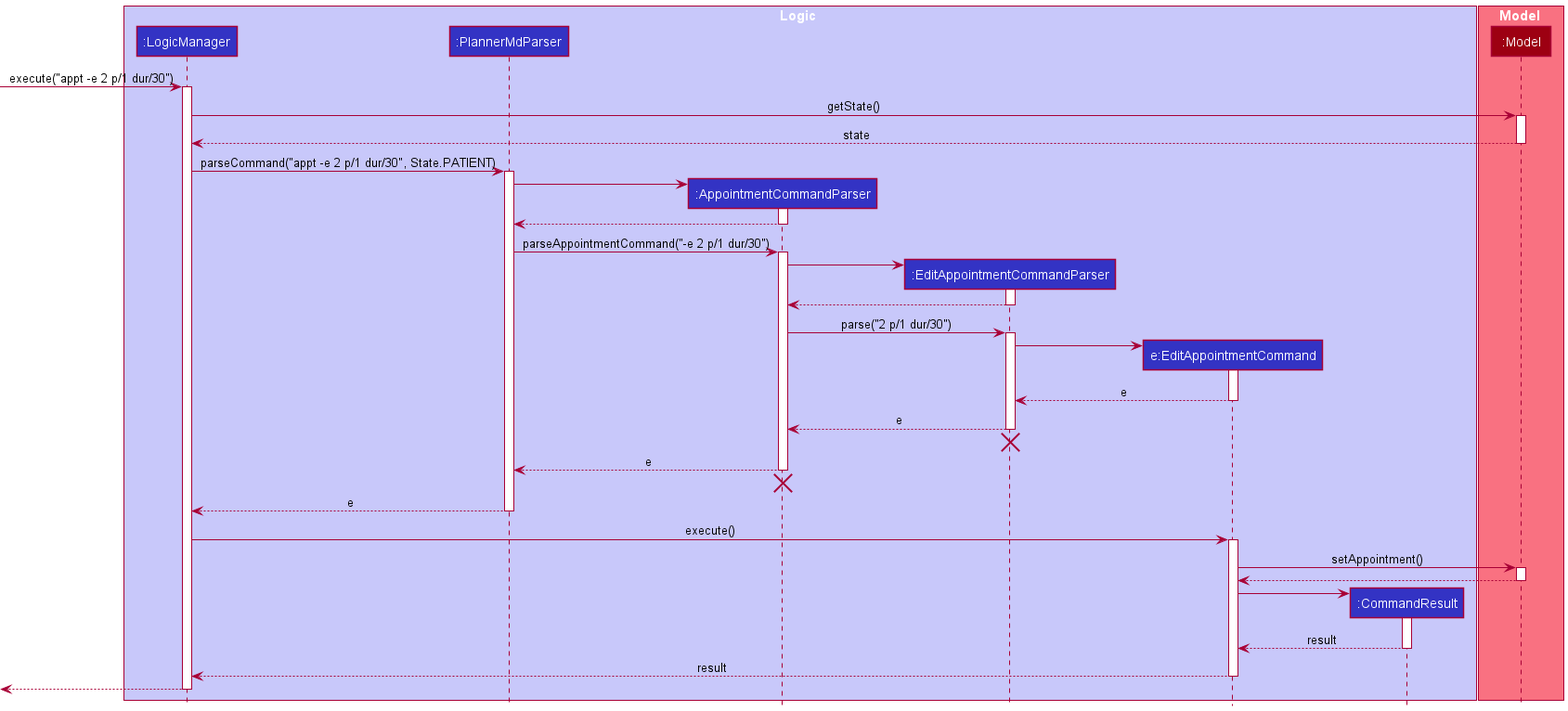
nus-cs2103-AY2122S1/tp keeps this PlantUML diagram as docs/images/EditAppointmentSequenceDiagram.png. Above is the earlier version. Its diagram source:
```plantuml
@startuml
!include style.puml

box Logic LOGIC_COLOR_T1
participant ":LogicManager" as LogicManager LOGIC_COLOR
participant ":PlannerMdParser" as PlannerMdParser LOGIC_COLOR
participant ":AppointmentCommandParser" as AppointmentCommandParser LOGIC_COLOR
participant ":EditAppointmentCommandParser" as EditAppointmentCommandParser LOGIC_COLOR
participant "e:EditAppointmentCommand" as EditAppointmentCommand LOGIC_COLOR
participant ":CommandResult" as CommandResult LOGIC_COLOR
end box

box Model MODEL_COLOR_T1
participant ":Model" as Model MODEL_COLOR
end box

[-> LogicManager : execute("appt -e 2 p/1 dur/30")
activate LogicManager

LogicManager -> Model : getState()
activate Model

Model --> LogicManager : state
deactivate Model

LogicManager -> PlannerMdParser : parseCommand("appt -e 2 p/1 dur/30", State.PATIENT)
activate PlannerMdParser

create AppointmentCommandParser
PlannerMdParser -> AppointmentCommandParser
activate AppointmentCommandParser

AppointmentCommandParser --> PlannerMdParser
deactivate AppointmentCommandParser

PlannerMdParser -> AppointmentCommandParser : parseAppointmentCommand("-e 2 p/1 dur/30")
activate AppointmentCommandParser

create EditAppointmentCommandParser
AppointmentCommandParser -> EditAppointmentCommandParser
activate EditAppointmentCommandParser

EditAppointmentCommandParser --> AppointmentCommandParser
deactivate EditAppointmentCommandParser

AppointmentCommandParser -> EditAppointmentCommandParser : parse("2 p/1 dur/30")
activate EditAppointmentCommandParser

create EditAppointmentCommand
EditAppointmentCommandParser -> EditAppointmentCommand
activate EditAppointmentCommand

EditAppointmentCommand --> EditAppointmentCommandParser : e
deactivate EditAppointmentCommand

EditAppointmentCommandParser --> AppointmentCommandParser : e
deactivate EditAppointmentCommandParser
EditAppointmentCommandParser -[hidden]-> AppointmentCommandParser
destroy EditAppointmentCommandParser

AppointmentCommandParser --> PlannerMdParser : e
deactivate AppointmentCommandParser
AppointmentCommandParser -[hidden]-> PlannerMdParser
destroy AppointmentCommandParser

PlannerMdParser --> LogicManager : e
deactivate PlannerMdParser

LogicManager -> EditAppointmentCommand : execute()
activate EditAppointmentCommand

EditAppointmentCommand -> Model : setAppointment()
activate Model

Model --> EditAppointmentCommand
deactivate Model

create CommandResult
EditAppointmentCommand -> CommandResult
activate CommandResult

CommandResult --> EditAppointmentCommand : result
deactivate CommandResult

EditAppointmentCommand --> LogicManager : result
deactivate EditAppointmentCommand

[<--LogicManager
deactivate LogicManager

@enduml
```
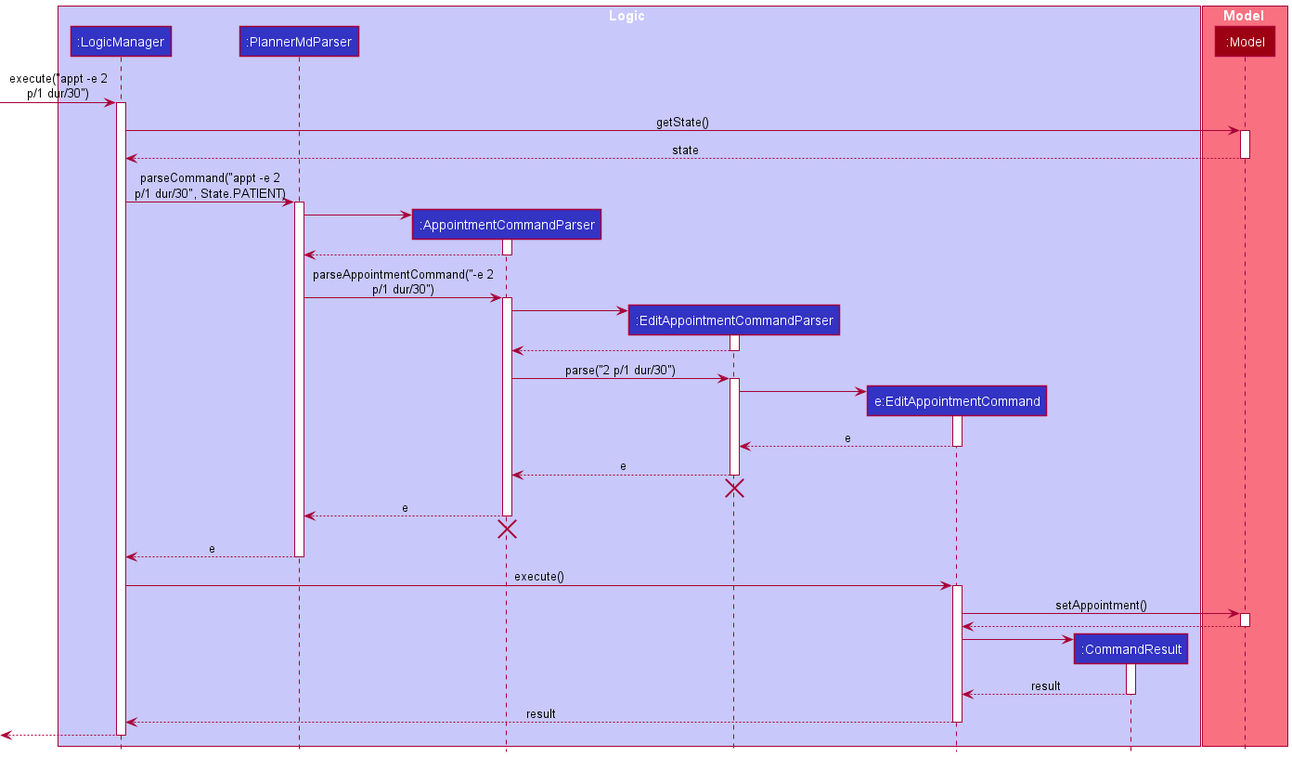
After the change.

Commit message:
Break method calls into two lines

What changed in the source:
```diff
@@ -14,7 +14,7 @@
 participant ":Model" as Model MODEL_COLOR
 end box
 
-[-> LogicManager : execute("appt -e 2 p/1 dur/30")
+[-> LogicManager : execute("appt -e 2\np/1 dur/30")
 activate LogicManager
 
 LogicManager -> Model : getState()
@@ -23,7 +23,7 @@
 Model --> LogicManager : state
 deactivate Model
 
-LogicManager -> PlannerMdParser : parseCommand("appt -e 2 p/1 dur/30", State.PATIENT)
+LogicManager -> PlannerMdParser : parseCommand("appt -e 2\np/1 dur/30", State.PATIENT)
 activate PlannerMdParser
 
 create AppointmentCommandParser
@@ -33,7 +33,7 @@
 AppointmentCommandParser --> PlannerMdParser
 deactivate AppointmentCommandParser
 
-PlannerMdParser -> AppointmentCommandParser : parseAppointmentCommand("-e 2 p/1 dur/30")
+PlannerMdParser -> AppointmentCommandParser : parseAppointmentCommand("-e 2\np/1 dur/30")
 activate AppointmentCommandParser
 
 create EditAppointmentCommandParser
```
